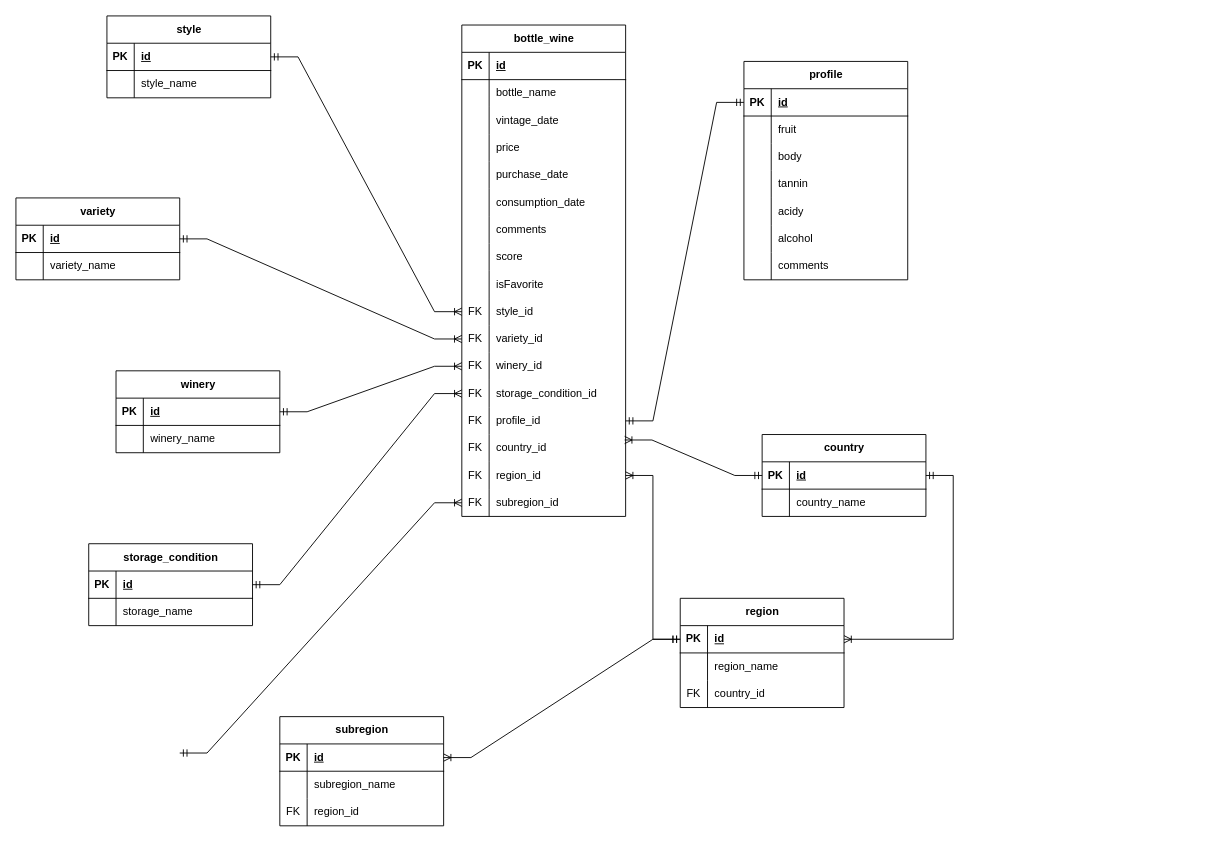
Earlier version of the draw.io diagram docs/mywinesDB.drawio (tiagoASF/mywinesDB). Source tidied: cells renumbered, new cells numbered last; positions are measured from the earlier drawing's top-left corner, leaving out a move shared by most shapes. Both pictures are drawn from the tidied source at 91%, with x=0, y=0 at pixel (15, 15).
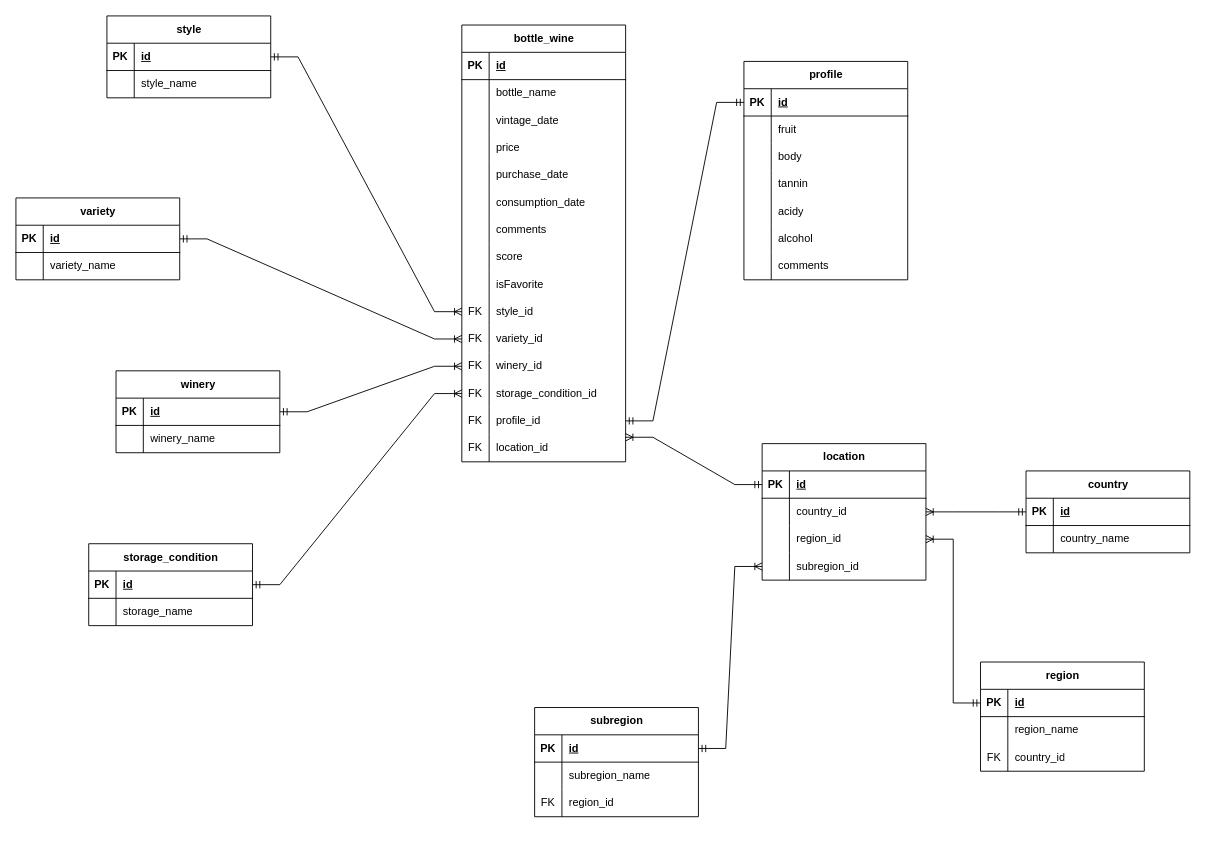
After the change.

The change refers to these unchanged cells:
```xml
<mxCell id="52" style="shape=tableRow;horizontal=0;startSize=0;swimlaneHead=0;swimlaneBody=0;fillColor=none;points=[[0,0.5],[1,0.5]];portConstraint=eastwest;top=0;left=0;right=0;bottom=0;" parent="9" vertex="1">
  <mxGeometry y="450" width="180" height="30" as="geometry" />
</mxCell>
<mxCell id="62" style="shape=tableRow;horizontal=0;startSize=0;swimlaneHead=0;swimlaneBody=0;fillColor=none;points=[[0,0.5],[1,0.5]];portConstraint=eastwest;top=0;left=0;right=0;bottom=1;" parent="61" vertex="1">
  <mxGeometry y="30" width="180" height="30" as="geometry" />
</mxCell>
<mxCell id="69" style="shape=tableRow;horizontal=0;startSize=0;swimlaneHead=0;swimlaneBody=0;fillColor=none;points=[[0,0.5],[1,0.5]];portConstraint=eastwest;top=0;left=0;right=0;bottom=1;" parent="68" vertex="1">
  <mxGeometry y="30" width="180" height="30" as="geometry" />
</mxCell>
<mxCell id="79" style="shape=tableRow;horizontal=0;startSize=0;swimlaneHead=0;swimlaneBody=0;fillColor=none;points=[[0,0.5],[1,0.5]];portConstraint=eastwest;top=0;left=0;right=0;bottom=1;" parent="78" vertex="1">
  <mxGeometry y="30" width="180" height="30" as="geometry" />
</mxCell>
```

Change to the diagram source:
```diff
@@
     <mxCell id="9" value="bottle_wine" style="shape=table;startSize=30;childLayout=tableLayout;rowLines=0;fontStyle=1;align=center;html=1;" parent="1" vertex="1">
-      <mxGeometry x="490" y="10" width="180" height="540" as="geometry" />
+      <mxGeometry x="490" y="10" width="180" height="480" as="geometry" />
     </mxCell>
@@
-    <mxCell id="54" value="country_id" style="shape=partialRectangle;fillColor=none;top=0;left=0;bottom=0;right=0;align=left;spacingLeft=6;overflow=hidden;whiteSpace=wrap;html=1;" parent="52" vertex="1">
+    <mxCell id="54" value="location_id" style="shape=partialRectangle;fillColor=none;top=0;left=0;bottom=0;right=0;align=left;spacingLeft=6;overflow=hidden;whiteSpace=wrap;html=1;" parent="52" vertex="1">
       <mxGeometry x="30" width="150" height="30" as="geometry" />
     </mxCell>
-    <mxCell id="55" style="shape=tableRow;horizontal=0;startSize=0;swimlaneHead=0;swimlaneBody=0;fillColor=none;points=[[0,0.5],[1,0.5]];portConstraint=eastwest;top=0;left=0;right=0;bottom=0;" parent="9" vertex="1">
-      <mxGeometry y="480" width="180" height="30" as="geometry" />
-    </mxCell>
-    <mxCell id="56" value="FK" style="shape=partialRectangle;fillColor=none;top=0;left=0;bottom=0;right=0;overflow=hidden;whiteSpace=wrap;html=1;" parent="55" vertex="1">
-      <mxGeometry width="30" height="30" as="geometry" />
-    </mxCell>
-    <mxCell id="57" value="region_id" style="shape=partialRectangle;fillColor=none;top=0;left=0;bottom=0;right=0;align=left;spacingLeft=6;overflow=hidden;whiteSpace=wrap;html=1;" parent="55" vertex="1">
-      <mxGeometry x="30" width="150" height="30" as="geometry" />
-    </mxCell>
-    <mxCell id="58" style="shape=tableRow;horizontal=0;startSize=0;swimlaneHead=0;swimlaneBody=0;fillColor=none;points=[[0,0.5],[1,0.5]];portConstraint=eastwest;top=0;left=0;right=0;bottom=0;" parent="9" vertex="1">
-      <mxGeometry y="510" width="180" height="30" as="geometry" />
-    </mxCell>
-    <mxCell id="59" value="FK" style="shape=partialRectangle;fillColor=none;top=0;left=0;bottom=0;right=0;overflow=hidden;whiteSpace=wrap;html=1;" parent="58" vertex="1">
-      <mxGeometry width="30" height="30" as="geometry" />
-    </mxCell>
-    <mxCell id="60" value="subregion_id" style="shape=partialRectangle;fillColor=none;top=0;left=0;bottom=0;right=0;align=left;spacingLeft=6;overflow=hidden;whiteSpace=wrap;html=1;" parent="58" vertex="1">
-      <mxGeometry x="30" width="150" height="30" as="geometry" />
-    </mxCell>
     <mxCell id="61" value="country" style="shape=table;startSize=30;childLayout=tableLayout;rowLines=0;fontStyle=1;align=center;html=1;" parent="1" vertex="1">
-      <mxGeometry x="820" y="460" width="180" height="90" as="geometry" />
+      <mxGeometry x="1110" y="500" width="180" height="90" as="geometry" />
     </mxCell>
@@
     <mxCell id="68" value="region" style="shape=table;startSize=30;childLayout=tableLayout;rowLines=0;fontStyle=1;align=center;html=1;" parent="1" vertex="1">
-      <mxGeometry x="730" y="640" width="180" height="120" as="geometry" />
+      <mxGeometry x="1060" y="710" width="180" height="120" as="geometry" />
     </mxCell>
@@
     <mxCell id="78" value="subregion" style="shape=table;startSize=30;childLayout=tableLayout;rowLines=0;fontStyle=1;align=center;html=1;" parent="1" vertex="1">
-      <mxGeometry x="290" y="770" width="180" height="120" as="geometry" />
+      <mxGeometry x="570" y="760" width="180" height="120" as="geometry" />
     </mxCell>
@@
-    <mxCell id="136" style="edgeStyle=entityRelationEdgeStyle;fontSize=12;html=1;endArrow=ERoneToMany;startArrow=ERmandOne;rounded=0;entryX=0.994;entryY=0.2;entryDx=0;entryDy=0;entryPerimeter=0;exitX=0;exitY=0.5;exitDx=0;exitDy=0;" parent="1" edge="1" source="62" target="52">
-      <mxGeometry relative="1" as="geometry" />
-    </mxCell>
-    <mxCell id="137" style="edgeStyle=entityRelationEdgeStyle;fontSize=12;html=1;endArrow=ERoneToMany;startArrow=ERmandOne;rounded=0;" parent="1" edge="1" source="62" target="69">
-      <mxGeometry relative="1" as="geometry" />
-    </mxCell>
-    <mxCell id="138" style="edgeStyle=entityRelationEdgeStyle;fontSize=12;html=1;endArrow=ERoneToMany;startArrow=ERmandOne;rounded=0;exitX=0;exitY=0.5;exitDx=0;exitDy=0;entryX=1;entryY=0.5;entryDx=0;entryDy=0;" parent="1" edge="1" source="69" target="55">
-      <mxGeometry relative="1" as="geometry" />
-    </mxCell>
-    <mxCell id="139" style="edgeStyle=entityRelationEdgeStyle;fontSize=12;html=1;endArrow=ERoneToMany;startArrow=ERmandOne;rounded=0;exitX=0;exitY=0.5;exitDx=0;exitDy=0;" parent="1" edge="1" source="69" target="79">
-      <mxGeometry relative="1" as="geometry" />
-    </mxCell>
-    <mxCell id="140" style="edgeStyle=entityRelationEdgeStyle;fontSize=12;html=1;endArrow=ERoneToMany;startArrow=ERmandOne;rounded=0;entryX=0;entryY=0.5;entryDx=0;entryDy=0;" parent="1" edge="1" target="58">
-      <mxGeometry relative="1" as="geometry">
-        <mxPoint x="180" y="810" as="sourcePoint" />
-      </mxGeometry>
-    </mxCell>
+    <mxCell id="141" value="location" style="shape=table;startSize=30;childLayout=tableLayout;rowLines=0;fontStyle=1;align=center;html=1;" parent="1" vertex="1">
+      <mxGeometry x="820" y="470" width="180" height="150" as="geometry" />
+    </mxCell>
+    <mxCell id="142" style="shape=tableRow;horizontal=0;startSize=0;swimlaneHead=0;swimlaneBody=0;fillColor=none;points=[[0,0.5],[1,0.5]];portConstraint=eastwest;top=0;left=0;right=0;bottom=1;" parent="141" vertex="1">
+      <mxGeometry y="30" width="180" height="30" as="geometry" />
+    </mxCell>
+    <mxCell id="143" value="PK" style="shape=partialRectangle;fillColor=none;top=0;left=0;bottom=0;right=0;fontStyle=1;overflow=hidden;whiteSpace=wrap;html=1;" parent="142" vertex="1">
+      <mxGeometry width="30" height="30" as="geometry" />
+    </mxCell>
+    <mxCell id="144" value="id" style="shape=partialRectangle;fillColor=none;top=0;left=0;bottom=0;right=0;align=left;spacingLeft=6;fontStyle=5;overflow=hidden;whiteSpace=wrap;html=1;" parent="142" vertex="1">
+      <mxGeometry x="30" width="150" height="30" as="geometry" />
+    </mxCell>
+    <mxCell id="145" style="shape=tableRow;horizontal=0;startSize=0;swimlaneHead=0;swimlaneBody=0;fillColor=none;top=0;left=0;right=0;bottom=0;" parent="141" vertex="1">
+      <mxGeometry y="60" width="180" height="30" as="geometry" />
+    </mxCell>
+    <mxCell id="146" style="shape=partialRectangle;fillColor=none;top=0;left=0;bottom=0;right=0;overflow=hidden;whiteSpace=wrap;html=1;" parent="145" vertex="1">
+      <mxGeometry width="30" height="30" as="geometry" />
+    </mxCell>
+    <mxCell id="147" value="country_id" style="shape=partialRectangle;fillColor=none;top=0;left=0;bottom=0;right=0;align=left;spacingLeft=6;overflow=hidden;whiteSpace=wrap;html=1;" parent="145" vertex="1">
+      <mxGeometry x="30" width="150" height="30" as="geometry" />
+    </mxCell>
+    <mxCell id="148" style="shape=tableRow;horizontal=0;startSize=0;swimlaneHead=0;swimlaneBody=0;fillColor=none;points=[[0,0.5],[1,0.5]];portConstraint=eastwest;top=0;left=0;right=0;bottom=0;" parent="141" vertex="1">
+      <mxGeometry y="90" width="180" height="30" as="geometry" />
+    </mxCell>
+    <mxCell id="149" style="shape=partialRectangle;fillColor=none;top=0;left=0;bottom=0;right=0;overflow=hidden;whiteSpace=wrap;html=1;" parent="148" vertex="1">
+      <mxGeometry width="30" height="30" as="geometry" />
+    </mxCell>
+    <mxCell id="57" value="region_id" style="shape=partialRectangle;fillColor=none;top=0;left=0;bottom=0;right=0;align=left;spacingLeft=6;overflow=hidden;whiteSpace=wrap;html=1;" parent="148" vertex="1">
+      <mxGeometry x="30" width="150" height="30" as="geometry" />
+    </mxCell>
+    <mxCell id="150" style="shape=tableRow;horizontal=0;startSize=0;swimlaneHead=0;swimlaneBody=0;fillColor=none;points=[[0,0.5],[1,0.5]];portConstraint=eastwest;top=0;left=0;right=0;bottom=0;" parent="141" vertex="1">
+      <mxGeometry y="120" width="180" height="30" as="geometry" />
+    </mxCell>
+    <mxCell id="151" style="shape=partialRectangle;fillColor=none;top=0;left=0;bottom=0;right=0;overflow=hidden;whiteSpace=wrap;html=1;" parent="150" vertex="1">
+      <mxGeometry width="30" height="30" as="geometry" />
+    </mxCell>
+    <mxCell id="60" value="subregion_id" style="shape=partialRectangle;fillColor=none;top=0;left=0;bottom=0;right=0;align=left;spacingLeft=6;overflow=hidden;whiteSpace=wrap;html=1;" parent="150" vertex="1">
+      <mxGeometry x="30" width="150" height="30" as="geometry" />
+    </mxCell>
+    <mxCell id="152" style="edgeStyle=entityRelationEdgeStyle;fontSize=12;html=1;endArrow=ERoneToMany;startArrow=ERmandOne;rounded=0;exitX=0;exitY=0.5;exitDx=0;exitDy=0;entryX=1;entryY=0.1;entryDx=0;entryDy=0;entryPerimeter=0;" parent="1" edge="1" source="142" target="52">
+      <mxGeometry relative="1" as="geometry" />
+    </mxCell>
+    <mxCell id="153" style="edgeStyle=entityRelationEdgeStyle;fontSize=12;html=1;endArrow=ERoneToMany;startArrow=ERmandOne;rounded=0;exitX=0;exitY=0.5;exitDx=0;exitDy=0;entryX=1;entryY=0.5;entryDx=0;entryDy=0;" parent="1" edge="1" source="62" target="141">
+      <mxGeometry relative="1" as="geometry" />
+    </mxCell>
+    <mxCell id="154" style="edgeStyle=entityRelationEdgeStyle;fontSize=12;html=1;endArrow=ERoneToMany;startArrow=ERmandOne;rounded=0;exitX=1;exitY=0.5;exitDx=0;exitDy=0;entryX=0;entryY=0.5;entryDx=0;entryDy=0;" parent="1" edge="1" source="79" target="150">
+      <mxGeometry relative="1" as="geometry" />
+    </mxCell>
+    <mxCell id="155" style="edgeStyle=entityRelationEdgeStyle;fontSize=12;html=1;endArrow=ERoneToMany;startArrow=ERmandOne;rounded=0;exitX=0;exitY=0.5;exitDx=0;exitDy=0;" parent="1" edge="1" source="69" target="148">
+      <mxGeometry relative="1" as="geometry" />
+    </mxCell>
```
